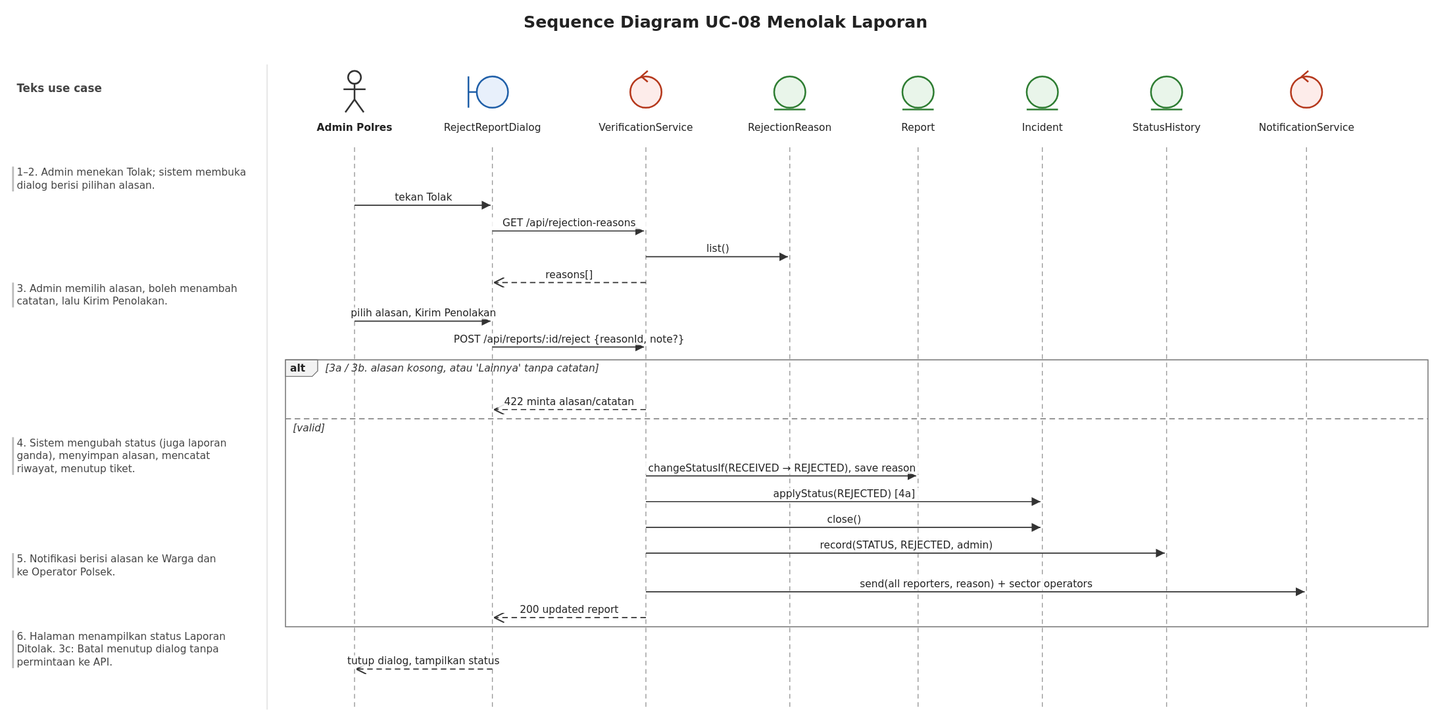
Before: specs/006-uc08-reject-report/iconix/uc08-sequence.svg, a diagram exported from PlantUML (wirapatigilang/laporapi-api-web). Its source is kept beside it as specs/006-uc08-reject-report/iconix/uc08-sequence.puml.
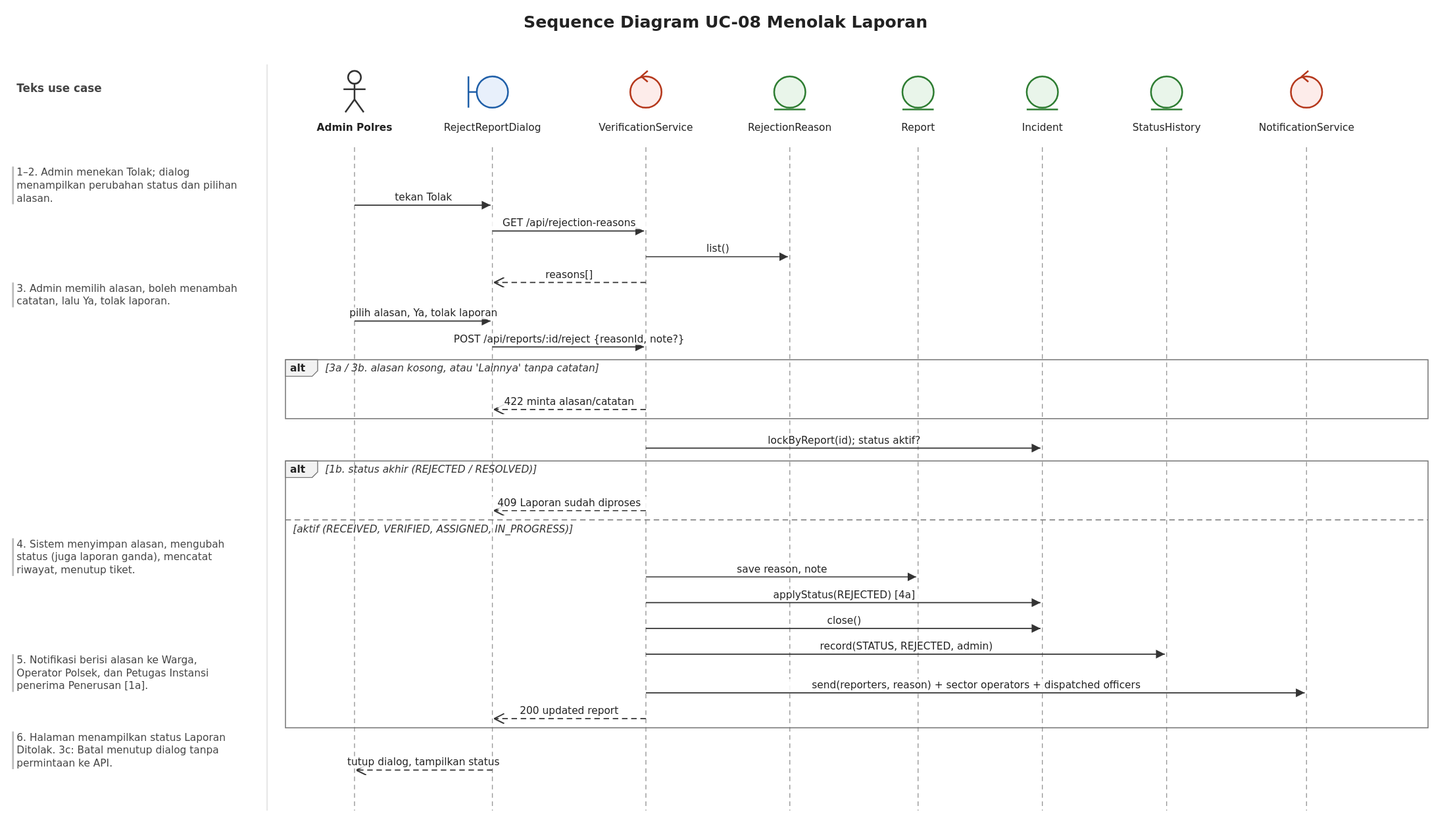
Later version of the same file.

Commit message:
Perbarui diagram robustness dan sequence UC-08 dan UC-12 sesuai masukan dosen

What changed in the source:
```diff
@@ -9,24 +9,28 @@
 entity "Incident" as kjd
 entity "StatusHistory" as rws
 control "NotificationService" as ntf
-note over adm : 1–2. Admin menekan Tolak; sistem membuka dialog berisi pilihan alasan.
+note over adm : 1–2. Admin menekan Tolak; dialog menampilkan perubahan status dan pilihan alasan.
 adm -> dlg : tekan Tolak
 dlg -> ver : GET /api/rejection-reasons
 ver -> als : list()
 ver --> dlg : reasons[]
-note over adm : 3. Admin memilih alasan, boleh menambah catatan, lalu Kirim Penolakan.
-adm -> dlg : pilih alasan, Kirim Penolakan
+note over adm : 3. Admin memilih alasan, boleh menambah catatan, lalu Ya, tolak laporan.
+adm -> dlg : pilih alasan, Ya, tolak laporan
 dlg -> ver : POST /api/reports/:id/reject {reasonId, note?}
 alt 3a / 3b. alasan kosong, atau 'Lainnya' tanpa catatan
 ver --> dlg : 422 minta alasan/catatan
-else valid
-note over adm : 4. Sistem mengubah status (juga laporan ganda), menyimpan alasan, mencatat riwayat, menutup tiket.
-ver -> lpr : changeStatusIf(RECEIVED → REJECTED), save reason
+end
+ver -> kjd : lockByReport(id); status aktif?
+alt 1b. status akhir (REJECTED / RESOLVED)
+ver --> dlg : 409 Laporan sudah diproses
+else aktif (RECEIVED, VERIFIED, ASSIGNED, IN_PROGRESS)
+note over adm : 4. Sistem menyimpan alasan, mengubah status (juga laporan ganda), mencatat riwayat, menutup tiket.
+ver -> lpr : save reason, note
 ver -> kjd : applyStatus(REJECTED) [4a]
 ver -> kjd : close()
 ver -> rws : record(STATUS, REJECTED, admin)
-note over adm : 5. Notifikasi berisi alasan ke Warga dan ke Operator Polsek.
-ver -> ntf : send(all reporters, reason) + sector operators
+note over adm : 5. Notifikasi berisi alasan ke Warga, Operator Polsek, dan Petugas Instansi penerima Penerusan [1a].
+ver -> ntf : send(reporters, reason) + sector operators + dispatched officers
 ver --> dlg : 200 updated report
 end
 note over adm : 6. Halaman menampilkan status Laporan Ditolak. 3c: Batal menutup dialog tanpa permintaan ke API.
```
